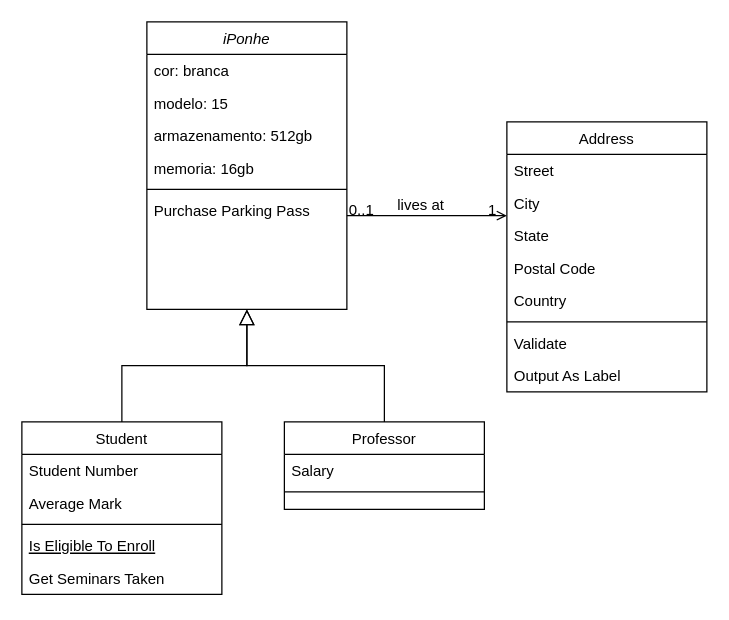
This is Diagrama sem nome.drawio from thiaguinhobyra/desafio-classe-iphone, a draw.io file, before an edit. Source tidied: cells renumbered, new cells numbered last; positions are measured from the earlier drawing's top-left corner, leaving out a move shared by most shapes. Both pictures are drawn from the tidied source at 125%, with x=0, y=0 at pixel (21, 21).
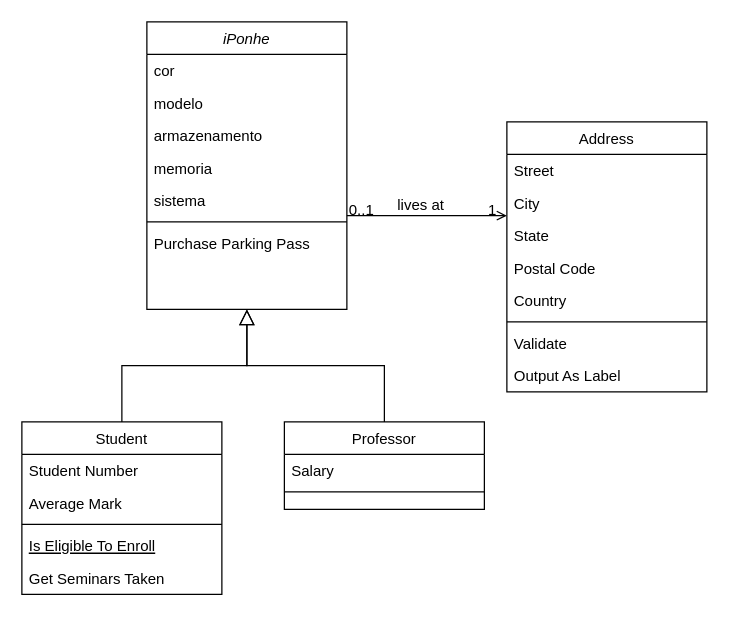
The same page after the edit.

Commit message:
Actualizar Diagrama DesafioIphone.drawio

The change refers to these unchanged cells:
```xml
<mxCell id="2" value="iPonhe" style="swimlane;fontStyle=2;align=center;verticalAlign=top;horizontal=1;startSize=26;rounded=0;shadow=0;strokeWidth=1;" parent="1" vertex="1">
  <mxGeometry x="100" width="160" height="230" as="geometry" />
</mxCell>
```

Diff of the diagram source:
```diff
@@
-    <mxCell id="3" value="cor: branca" style="text;align=left;verticalAlign=top;spacingLeft=4;spacingRight=4;overflow=hidden;" parent="2" vertex="1">
+    <mxCell id="3" value="cor" style="text;align=left;verticalAlign=top;spacingLeft=4;spacingRight=4;overflow=hidden;" parent="2" vertex="1">
       <mxGeometry y="26" width="160" height="26" as="geometry" />
     </mxCell>
-    <mxCell id="4" value="modelo: 15" style="text;align=left;verticalAlign=top;spacingLeft=4;spacingRight=4;overflow=hidden;rounded=0;shadow=0;html=0;" parent="2" vertex="1">
+    <mxCell id="4" value="modelo" style="text;align=left;verticalAlign=top;spacingLeft=4;spacingRight=4;overflow=hidden;rounded=0;shadow=0;html=0;" parent="2" vertex="1">
       <mxGeometry y="52" width="160" height="26" as="geometry" />
     </mxCell>
-    <mxCell id="5" value="armazenamento: 512gb" style="text;align=left;verticalAlign=top;spacingLeft=4;spacingRight=4;overflow=hidden;rounded=0;shadow=0;html=0;" parent="2" vertex="1">
+    <mxCell id="5" value="armazenamento" style="text;align=left;verticalAlign=top;spacingLeft=4;spacingRight=4;overflow=hidden;rounded=0;shadow=0;html=0;" parent="2" vertex="1">
       <mxGeometry y="78" width="160" height="26" as="geometry" />
     </mxCell>
+    <mxCell id="33" value="memoria" style="text;align=left;verticalAlign=top;spacingLeft=4;spacingRight=4;overflow=hidden;rounded=0;shadow=0;html=0;" parent="2" vertex="1">
+      <mxGeometry y="104" width="160" height="26" as="geometry" />
+    </mxCell>
-    <mxCell id="6" value="memoria: 16gb" style="text;align=left;verticalAlign=top;spacingLeft=4;spacingRight=4;overflow=hidden;rounded=0;shadow=0;html=0;" parent="2" vertex="1">
-      <mxGeometry y="104" width="160" height="26" as="geometry" />
+    <mxCell id="6" value="sistema" style="text;align=left;verticalAlign=top;spacingLeft=4;spacingRight=4;overflow=hidden;rounded=0;shadow=0;html=0;" parent="2" vertex="1">
+      <mxGeometry y="130" width="160" height="26" as="geometry" />
     </mxCell>
     <mxCell id="7" style="line;html=1;strokeWidth=1;align=left;verticalAlign=middle;spacingTop=-1;spacingLeft=3;spacingRight=3;labelPosition=right;" parent="2" vertex="1">
-      <mxGeometry y="130" width="160" height="8" as="geometry" />
+      <mxGeometry y="156" width="160" height="8" as="geometry" />
     </mxCell>
     <mxCell id="8" value="Purchase Parking Pass" style="text;align=left;verticalAlign=top;spacingLeft=4;spacingRight=4;overflow=hidden;" parent="2" vertex="1">
-      <mxGeometry y="138" width="160" height="26" as="geometry" />
+      <mxGeometry y="164" width="160" height="26" as="geometry" />
     </mxCell>
```
